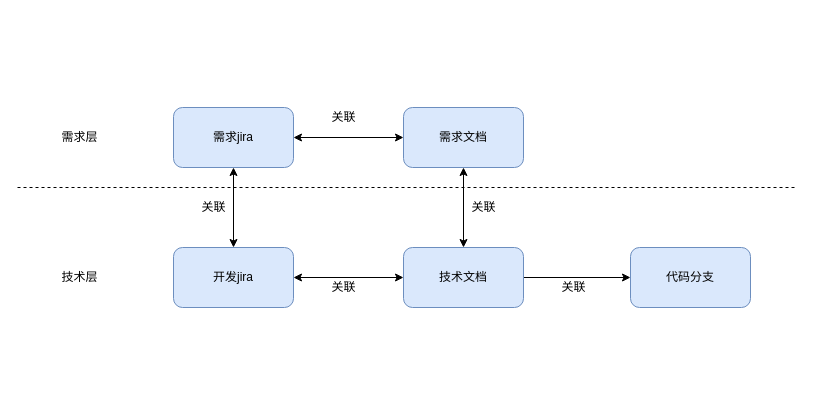
The draw.io diagram project_manager.drawio in effyroth/drawio2, before the edit. Source tidied: cells renumbered, new cells numbered last; positions are measured from the earlier drawing's top-left corner, leaving out a move shared by most shapes. Both pictures are drawn from the tidied source at 100%, with x=0, y=0 at pixel (17, 107).
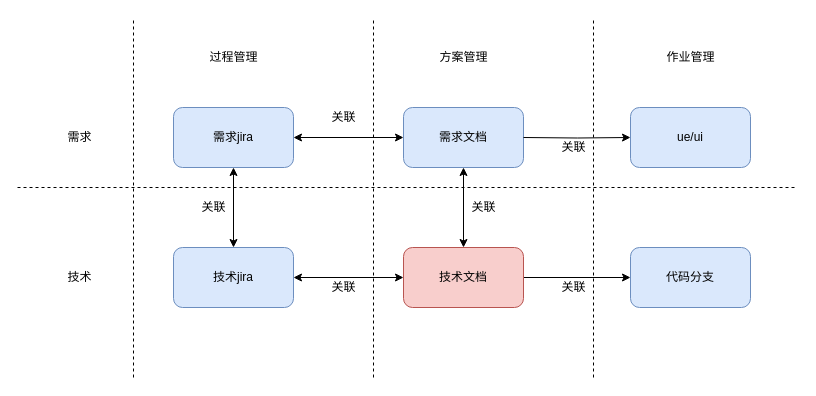
The same page after the edit.

Change to the diagram source:
```diff
@@
-    <mxCell id="8" value="开发jira" style="rounded=1;whiteSpace=wrap;html=1;fillColor=#dae8fc;strokeColor=#6c8ebf;" parent="1" vertex="1">
+    <mxCell id="8" value="技术jira" style="rounded=1;whiteSpace=wrap;html=1;fillColor=#dae8fc;strokeColor=#6c8ebf;" parent="1" vertex="1">
       <mxGeometry x="156" y="140" width="120" height="60" as="geometry" />
     </mxCell>
@@
-    <mxCell id="10" value="技术文档" style="rounded=1;whiteSpace=wrap;html=1;fillColor=#dae8fc;strokeColor=#6c8ebf;" parent="1" vertex="1">
+    <mxCell id="10" value="技术文档" style="rounded=1;whiteSpace=wrap;html=1;fillColor=#f8cecc;strokeColor=#b85450;" parent="1" vertex="1">
       <mxGeometry x="386" y="140" width="120" height="60" as="geometry" />
     </mxCell>
@@
-    <mxCell id="17" value="需求层" style="text;html=1;align=center;verticalAlign=middle;" parent="1" vertex="1">
-      <mxGeometry x="37" y="20" width="50" height="20" as="geometry" />
+    <mxCell id="17" value="需求" style="text;html=1;align=center;verticalAlign=middle;" parent="1" vertex="1">
+      <mxGeometry x="42" y="20" width="40" height="20" as="geometry" />
     </mxCell>
-    <mxCell id="18" value="技术层" style="text;html=1;align=center;verticalAlign=middle;" parent="1" vertex="1">
-      <mxGeometry x="37" y="160" width="50" height="20" as="geometry" />
+    <mxCell id="18" value="技术" style="text;html=1;align=center;verticalAlign=middle;" parent="1" vertex="1">
+      <mxGeometry x="42" y="160" width="40" height="20" as="geometry" />
     </mxCell>
@@
+    <mxCell id="20" value="过程管理" style="text;html=1;align=center;verticalAlign=middle;" parent="1" vertex="1">
+      <mxGeometry x="186" y="-60" width="60" height="20" as="geometry" />
+    </mxCell>
+    <mxCell id="21" value="方案管理" style="text;html=1;align=center;verticalAlign=middle;" parent="1" vertex="1">
+      <mxGeometry x="416" y="-60" width="60" height="20" as="geometry" />
+    </mxCell>
+    <mxCell id="22" style="endArrow=none;dashed=1;html=1;" parent="1" edge="1">
+      <mxGeometry relative="1" as="geometry">
+        <mxPoint x="356" y="270" as="sourcePoint" />
+        <mxPoint x="356" y="-90" as="targetPoint" />
+      </mxGeometry>
+    </mxCell>
+    <mxCell id="23" value="作业管理" style="text;html=1;align=center;verticalAlign=middle;" parent="1" vertex="1">
+      <mxGeometry x="643" y="-60" width="60" height="20" as="geometry" />
+    </mxCell>
+    <mxCell id="24" style="edgeStyle=orthogonalEdgeStyle;rounded=0;jettySize=auto;html=1;entryX=0;entryY=0.5;entryDx=0;entryDy=0;startArrow=none;startFill=0;" parent="1" edge="1" target="25">
+      <mxGeometry relative="1" as="geometry">
+        <mxPoint x="506" y="30" as="sourcePoint" />
+      </mxGeometry>
+    </mxCell>
+    <mxCell id="25" value="ue/ui" style="rounded=1;whiteSpace=wrap;html=1;fillColor=#dae8fc;strokeColor=#6c8ebf;" parent="1" vertex="1">
+      <mxGeometry x="613" width="120" height="60" as="geometry" />
+    </mxCell>
+    <mxCell id="26" value="关联" style="text;html=1;align=center;verticalAlign=middle;" parent="1" vertex="1">
+      <mxGeometry x="536" y="30" width="40" height="20" as="geometry" />
+    </mxCell>
+    <mxCell id="27" style="endArrow=none;dashed=1;html=1;" parent="1" edge="1">
+      <mxGeometry relative="1" as="geometry">
+        <mxPoint x="576" y="270" as="sourcePoint" />
+        <mxPoint x="576" y="-90" as="targetPoint" />
+      </mxGeometry>
+    </mxCell>
+    <mxCell id="28" style="endArrow=none;dashed=1;html=1;" parent="1" edge="1">
+      <mxGeometry relative="1" as="geometry">
+        <mxPoint x="116" y="270" as="sourcePoint" />
+        <mxPoint x="116" y="-90" as="targetPoint" />
+      </mxGeometry>
+    </mxCell>
```
